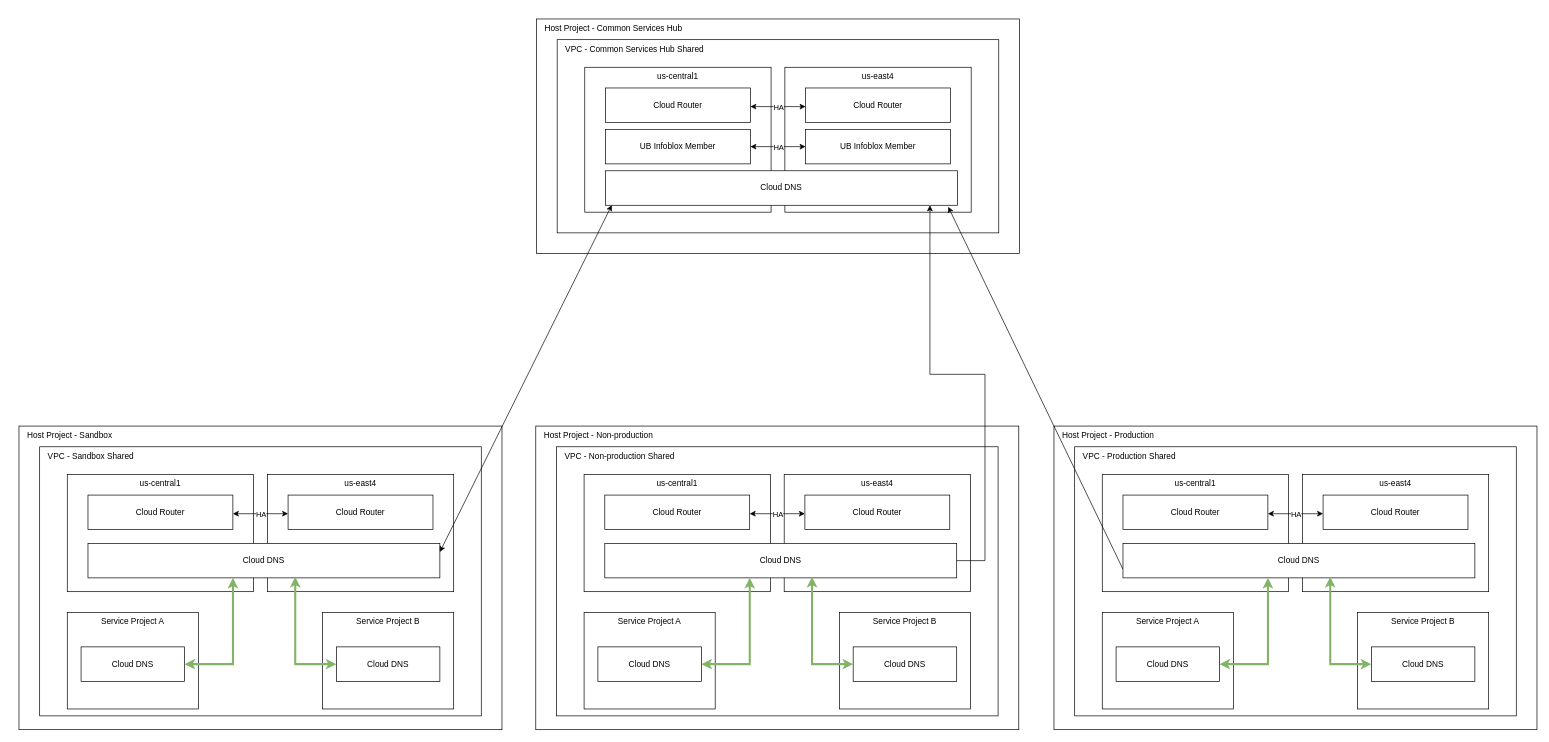
The draw.io diagram page "DNS - Level 1" (16 of 16) of disaster-recovery.drawio in bpayt2/temp, before the edit. Source tidied: cells renumbered, new cells numbered last; positions are measured from the earlier drawing's top-left corner, leaving out a move shared by most shapes. Both pictures are drawn from the tidied source at 69%, with x=0, y=0 at pixel (19, 19).
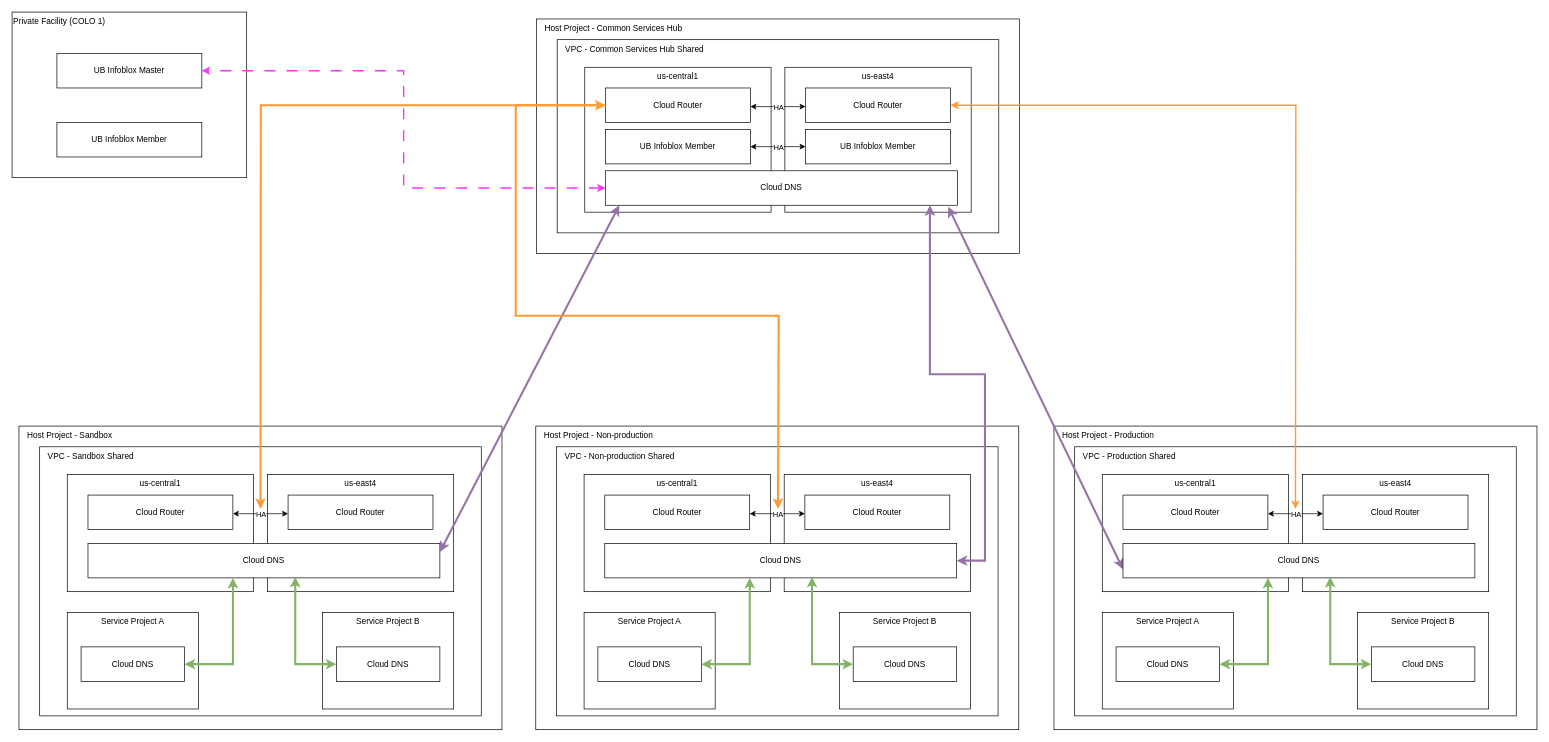
Above is the later version.

The change refers to these unchanged cells:
```xml
<mxCell id="6" value="Cloud DNS" style="rounded=0;whiteSpace=wrap;html=1;" parent="1" vertex="1">
  <mxGeometry x="850" y="220" width="510" height="50" as="geometry" />
</mxCell>
<mxCell id="11" value="Cloud Router" style="rounded=0;whiteSpace=wrap;html=1;" parent="1" vertex="1">
  <mxGeometry x="850" y="100" width="210" height="50" as="geometry" />
</mxCell>
<mxCell id="12" value="Cloud Router" style="rounded=0;whiteSpace=wrap;html=1;" parent="1" vertex="1">
  <mxGeometry x="1140" y="100" width="210" height="50" as="geometry" />
</mxCell>
<mxCell id="19" value="Cloud DNS" style="rounded=0;whiteSpace=wrap;html=1;" parent="1" vertex="1">
  <mxGeometry x="100" y="760" width="510" height="50" as="geometry" />
</mxCell>
<mxCell id="34" value="Cloud DNS" style="rounded=0;whiteSpace=wrap;html=1;" parent="1" vertex="1">
  <mxGeometry x="849" y="760" width="510" height="50" as="geometry" />
</mxCell>
<mxCell id="50" value="Cloud DNS" style="rounded=0;whiteSpace=wrap;html=1;" parent="1" vertex="1">
  <mxGeometry x="1600" y="760" width="510" height="50" as="geometry" />
</mxCell>
```

Diff of the diagram source:
```diff
@@
-    <mxCell id="49" style="rounded=0;jettySize=auto;html=1;exitX=0;exitY=0.75;exitDx=0;exitDy=0;entryX=0.974;entryY=1.045;entryDx=0;entryDy=0;entryPerimeter=0;" parent="1" edge="1" source="50" target="6">
+    <mxCell id="49" style="rounded=0;jettySize=auto;html=1;exitX=0;exitY=0.75;exitDx=0;exitDy=0;entryX=0.974;entryY=1.045;entryDx=0;entryDy=0;entryPerimeter=0;startArrow=classic;startFill=1;fillColor=#e1d5e7;strokeColor=#9673a6;strokeWidth=3;" parent="1" edge="1" source="50" target="6">
       <mxGeometry relative="1" as="geometry" />
     </mxCell>
@@
-    <mxCell id="61" style="rounded=0;jettySize=auto;html=1;exitX=1;exitY=0.25;exitDx=0;exitDy=0;entryX=0.018;entryY=0.995;entryDx=0;entryDy=0;entryPerimeter=0;startArrow=classic;startFill=1;" parent="1" edge="1" source="19" target="6">
-      <mxGeometry relative="1" as="geometry" />
+    <mxCell id="61" style="rounded=0;jettySize=auto;html=1;exitX=1;exitY=0.25;exitDx=0;exitDy=0;startArrow=classic;startFill=1;fillColor=#e1d5e7;strokeColor=#9673a6;strokeWidth=3;" parent="1" edge="1" source="19">
+      <mxGeometry relative="1" as="geometry">
+        <mxPoint x="870" y="270" as="targetPoint" />
+      </mxGeometry>
     </mxCell>
-    <mxCell id="62" style="edgeStyle=orthogonalEdgeStyle;rounded=0;jettySize=auto;html=1;exitX=1;exitY=0.5;exitDx=0;exitDy=0;entryX=0.922;entryY=1;entryDx=0;entryDy=0;entryPerimeter=0;" parent="1" edge="1" source="34" target="6">
+    <mxCell id="62" style="edgeStyle=orthogonalEdgeStyle;rounded=0;jettySize=auto;html=1;exitX=1;exitY=0.5;exitDx=0;exitDy=0;entryX=0.922;entryY=1;entryDx=0;entryDy=0;entryPerimeter=0;startArrow=classic;startFill=1;fillColor=#e1d5e7;strokeColor=#9673a6;strokeWidth=3;" parent="1" edge="1" source="34" target="6">
       <mxGeometry relative="1" as="geometry">
         <Array as="points">
           <mxPoint x="1400" y="785" />
           <mxPoint x="1400" y="515" />
           <mxPoint x="1320" y="515" />
         </Array>
       </mxGeometry>
     </mxCell>
+    <mxCell id="63" style="edgeStyle=orthogonalEdgeStyle;rounded=0;jettySize=auto;html=1;exitX=0;exitY=0.5;exitDx=0;exitDy=0;startArrow=classic;startFill=1;endArrow=classic;endFill=1;fillColor=#f0a30a;strokeColor=#FF9933;strokeWidth=3;" parent="1" edge="1" source="11">
+      <mxGeometry relative="1" as="geometry">
+        <mxPoint x="350" y="710" as="targetPoint" />
+      </mxGeometry>
+    </mxCell>
+    <mxCell id="64" style="edgeStyle=orthogonalEdgeStyle;rounded=0;jettySize=auto;html=1;exitX=0;exitY=0.5;exitDx=0;exitDy=0;fillColor=#f0a30a;strokeColor=#FF9933;strokeWidth=3;" parent="1" edge="1" source="11">
+      <mxGeometry relative="1" as="geometry">
+        <mxPoint x="1100" y="710" as="targetPoint" />
+        <Array as="points">
+          <mxPoint x="720" y="125" />
+          <mxPoint x="720" y="430" />
+          <mxPoint x="1101" y="430" />
+        </Array>
+      </mxGeometry>
+    </mxCell>
+    <mxCell id="65" style="edgeStyle=orthogonalEdgeStyle;rounded=0;jettySize=auto;html=1;exitX=1;exitY=0.5;exitDx=0;exitDy=0;startArrow=classic;startFill=1;fillColor=#f0a30a;strokeColor=#FF9933;strokeWidth=2;" parent="1" edge="1" source="12">
+      <mxGeometry relative="1" as="geometry">
+        <mxPoint x="1850" y="710" as="targetPoint" />
+      </mxGeometry>
+    </mxCell>
+    <mxCell id="66" value="Private Facility (COLO 1)" style="rounded=0;whiteSpace=wrap;html=1;align=left;verticalAlign=top;" parent="1" vertex="1">
+      <mxGeometry x="-10" y="-10" width="340" height="240" as="geometry" />
+    </mxCell>
+    <mxCell id="67" value="UB Infoblox Master" style="rounded=0;whiteSpace=wrap;html=1;" parent="1" vertex="1">
+      <mxGeometry x="55" y="50" width="210" height="50" as="geometry" />
+    </mxCell>
+    <mxCell id="68" value="UB Infoblox Member" style="rounded=0;whiteSpace=wrap;html=1;" parent="1" vertex="1">
+      <mxGeometry x="55" y="150" width="210" height="50" as="geometry" />
+    </mxCell>
+    <mxCell id="69" style="edgeStyle=orthogonalEdgeStyle;rounded=0;jettySize=auto;html=1;exitX=0;exitY=0.5;exitDx=0;exitDy=0;entryX=1;entryY=0.5;entryDx=0;entryDy=0;fillColor=#ffcccc;strokeColor=#FF33FF;strokeWidth=2;startArrow=classic;startFill=1;dashed=1;dashPattern=8 8;" parent="1" edge="1" source="6" target="67">
+      <mxGeometry relative="1" as="geometry" />
+    </mxCell>
```
